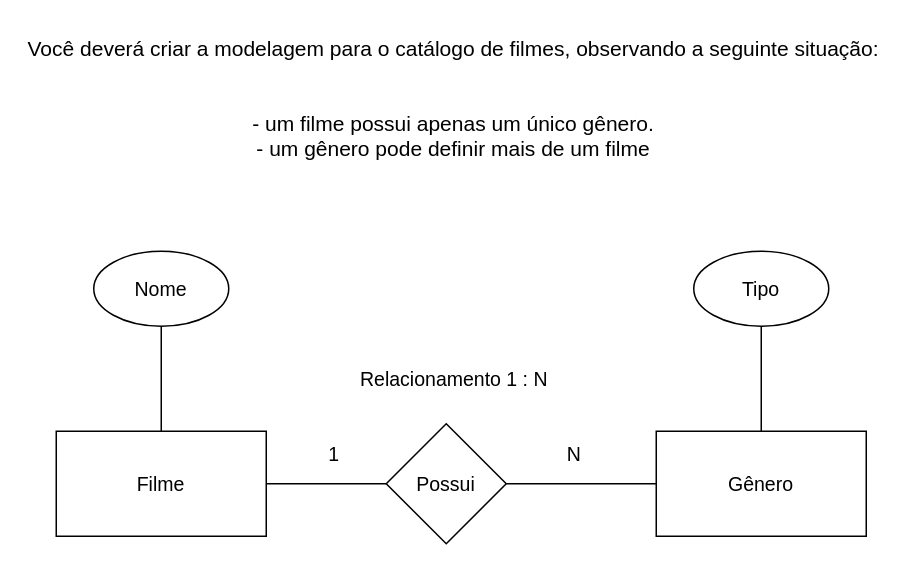
Earlier version of the draw.io diagram Exercios-MER/1.0-Filmes/1.0-exercicio-filmes.drawio (MarceloAC04/Banco-de-dados). Source tidied: cells renumbered, new cells numbered last; positions are measured from the earlier drawing's top-left corner, leaving out a move shared by most shapes. Both pictures are drawn from the tidied source at 150%, with x=0, y=0 at pixel (26, 26).
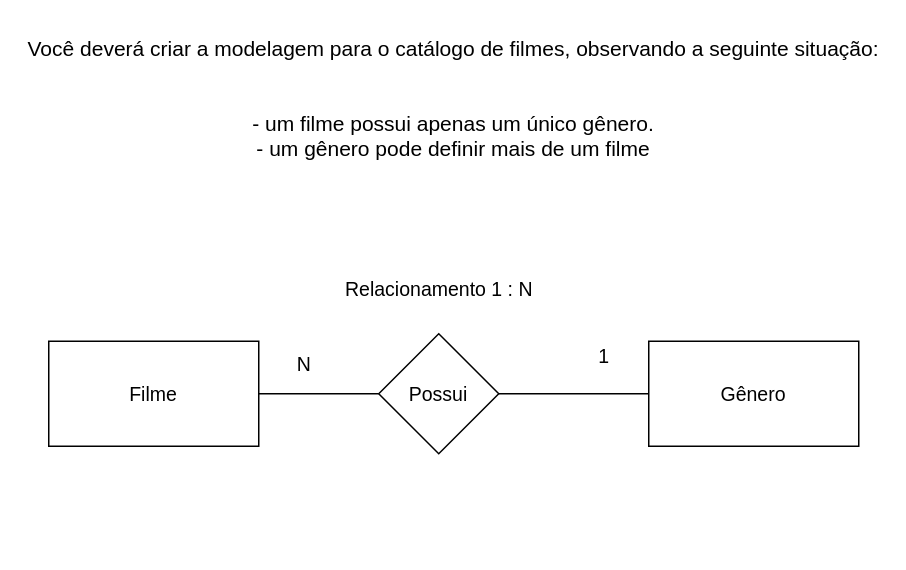
After the change.

What changed in the source:
```diff
@@
 <mxGraphModel>
   <root>
     <mxCell id="0" />
     <mxCell id="1" parent="0" />
     <mxCell id="2" value="Você deverá criar a modelagem para o catálogo de filmes, observando a seguinte situação:&#10;&#10;&#10;- um filme possui apenas um único gênero.&#10;- um gênero pode definir mais de um filme" style="text;whiteSpace=wrap;align=center;fontSize=14;" parent="1" vertex="1">
       <mxGeometry width="570" height="110" as="geometry" />
     </mxCell>
     <mxCell id="3" value="&lt;font style=&quot;font-size: 13px;&quot;&gt;Filme&lt;/font&gt;" style="rounded=0;whiteSpace=wrap;html=1;" parent="1" vertex="1">
-      <mxGeometry x="20" y="270" width="140" height="70" as="geometry" />
+      <mxGeometry x="15" y="210" width="140" height="70" as="geometry" />
     </mxCell>
     <mxCell id="4" value="&lt;font style=&quot;font-size: 13px;&quot;&gt;Gênero&lt;/font&gt;" style="rounded=0;whiteSpace=wrap;html=1;" parent="1" vertex="1">
-      <mxGeometry x="420" y="270" width="140" height="70" as="geometry" />
+      <mxGeometry x="415" y="210" width="140" height="70" as="geometry" />
     </mxCell>
-    <mxCell id="5" style="edgeStyle=orthogonalEdgeStyle;rounded=0;jettySize=auto;html=1;exitX=0.5;exitY=1;exitDx=0;exitDy=0;strokeWidth=1;endArrow=none;endFill=0;entryX=0.5;entryY=0;entryDx=0;entryDy=0;" parent="1" edge="1" source="6" target="3">
-      <mxGeometry relative="1" as="geometry" />
-    </mxCell>
-    <mxCell id="6" value="&lt;font style=&quot;font-size: 13px;&quot;&gt;Nome&lt;/font&gt;" style="ellipse;whiteSpace=wrap;html=1;" parent="1" vertex="1">
-      <mxGeometry x="45" y="150" width="90" height="50" as="geometry" />
-    </mxCell>
-    <mxCell id="7" style="edgeStyle=orthogonalEdgeStyle;rounded=0;jettySize=auto;html=1;endArrow=none;endFill=0;" parent="1" edge="1" source="8" target="4">
-      <mxGeometry relative="1" as="geometry" />
-    </mxCell>
-    <mxCell id="8" value="&lt;span style=&quot;font-size: 13px;&quot;&gt;Tipo&lt;/span&gt;" style="ellipse;whiteSpace=wrap;html=1;" parent="1" vertex="1">
-      <mxGeometry x="445" y="150" width="90" height="50" as="geometry" />
-    </mxCell>
     <mxCell id="9" style="edgeStyle=orthogonalEdgeStyle;rounded=0;jettySize=auto;html=1;exitX=0;exitY=0.5;exitDx=0;exitDy=0;endArrow=none;endFill=0;" parent="1" edge="1" source="11" target="3">
       <mxGeometry relative="1" as="geometry" />
     </mxCell>
     <mxCell id="10" style="edgeStyle=orthogonalEdgeStyle;rounded=0;jettySize=auto;html=1;entryX=0;entryY=0.5;entryDx=0;entryDy=0;endArrow=none;endFill=0;" parent="1" edge="1" source="11" target="4">
       <mxGeometry relative="1" as="geometry" />
     </mxCell>
     <mxCell id="11" value="&lt;font style=&quot;font-size: 13px;&quot;&gt;Possui&lt;/font&gt;" style="rhombus;whiteSpace=wrap;html=1;" parent="1" vertex="1">
-      <mxGeometry x="240" y="265" width="80" height="80" as="geometry" />
+      <mxGeometry x="235" y="205" width="80" height="80" as="geometry" />
     </mxCell>
     <mxCell id="12" value="N" style="text;html=1;align=center;verticalAlign=middle;strokeColor=none;fillColor=none;fontSize=13;" parent="1" vertex="1">
-      <mxGeometry x="350" y="270" width="30" height="30" as="geometry" />
+      <mxGeometry x="170" y="210" width="30" height="30" as="geometry" />
     </mxCell>
     <mxCell id="13" value="1" style="text;html=1;align=center;verticalAlign=middle;strokeColor=none;fillColor=none;fontSize=13;" parent="1" vertex="1">
-      <mxGeometry x="190" y="270" width="30" height="30" as="geometry" />
+      <mxGeometry x="370" y="205" width="30" height="30" as="geometry" />
     </mxCell>
     <mxCell id="14" value="&lt;font style=&quot;font-size: 13px;&quot;&gt;Relacionamento 1 : N&lt;/font&gt;" style="text;html=1;align=center;verticalAlign=middle;strokeColor=none;fillColor=none;" parent="1" vertex="1">
-      <mxGeometry x="210" y="220" width="150" height="30" as="geometry" />
+      <mxGeometry x="200" y="160" width="150" height="30" as="geometry" />
     </mxCell>
   </root>
 </mxGraphModel>
```
